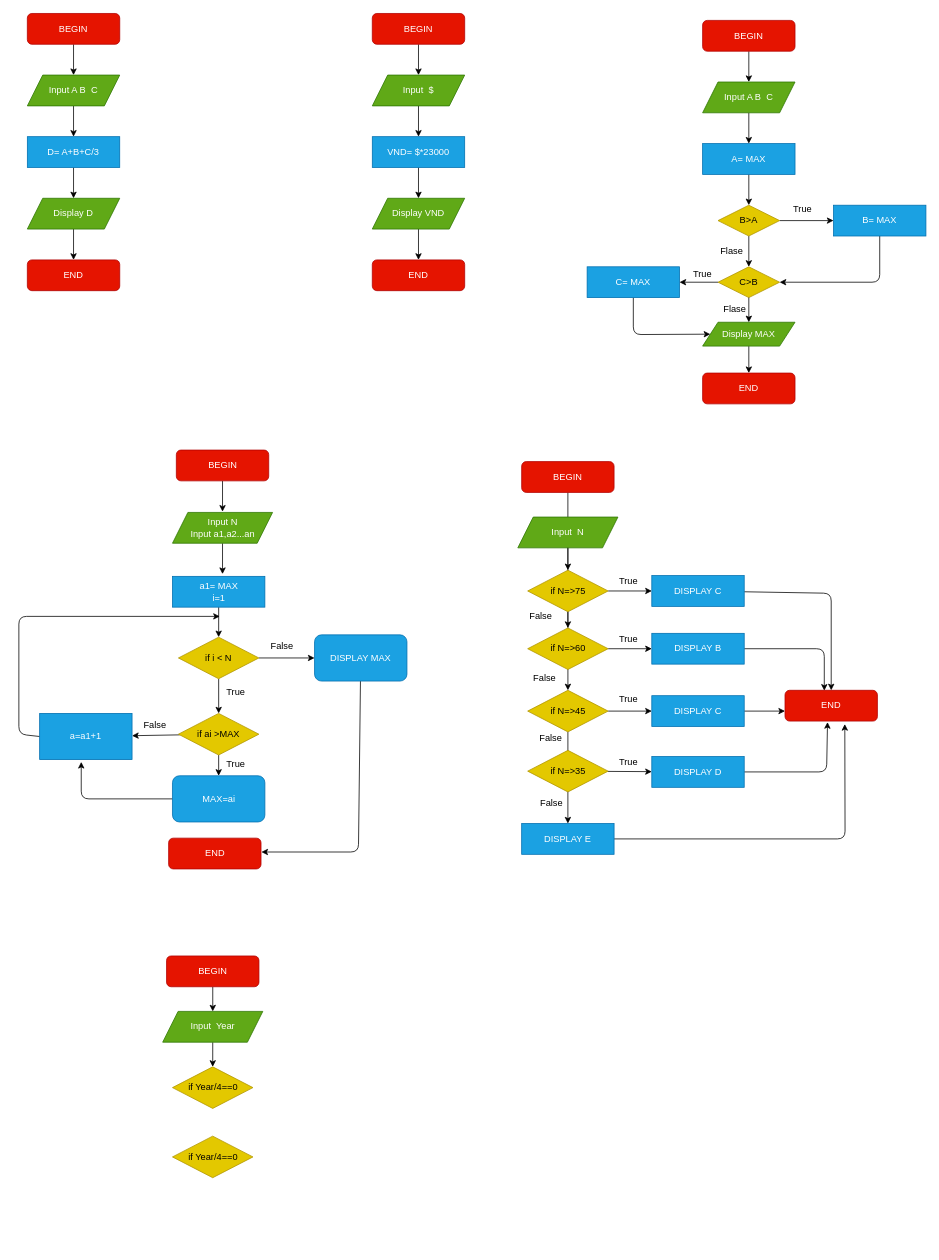
The draw.io diagram convert.dio in HoangTB/Web-Front-end-Fundamental, before the edit. Source tidied: cells renumbered, new cells numbered last; positions are measured from the earlier drawing's top-left corner, leaving out a move shared by most shapes. Both pictures are drawn from the tidied source at 77%, with x=0, y=0 at pixel (18, 13).
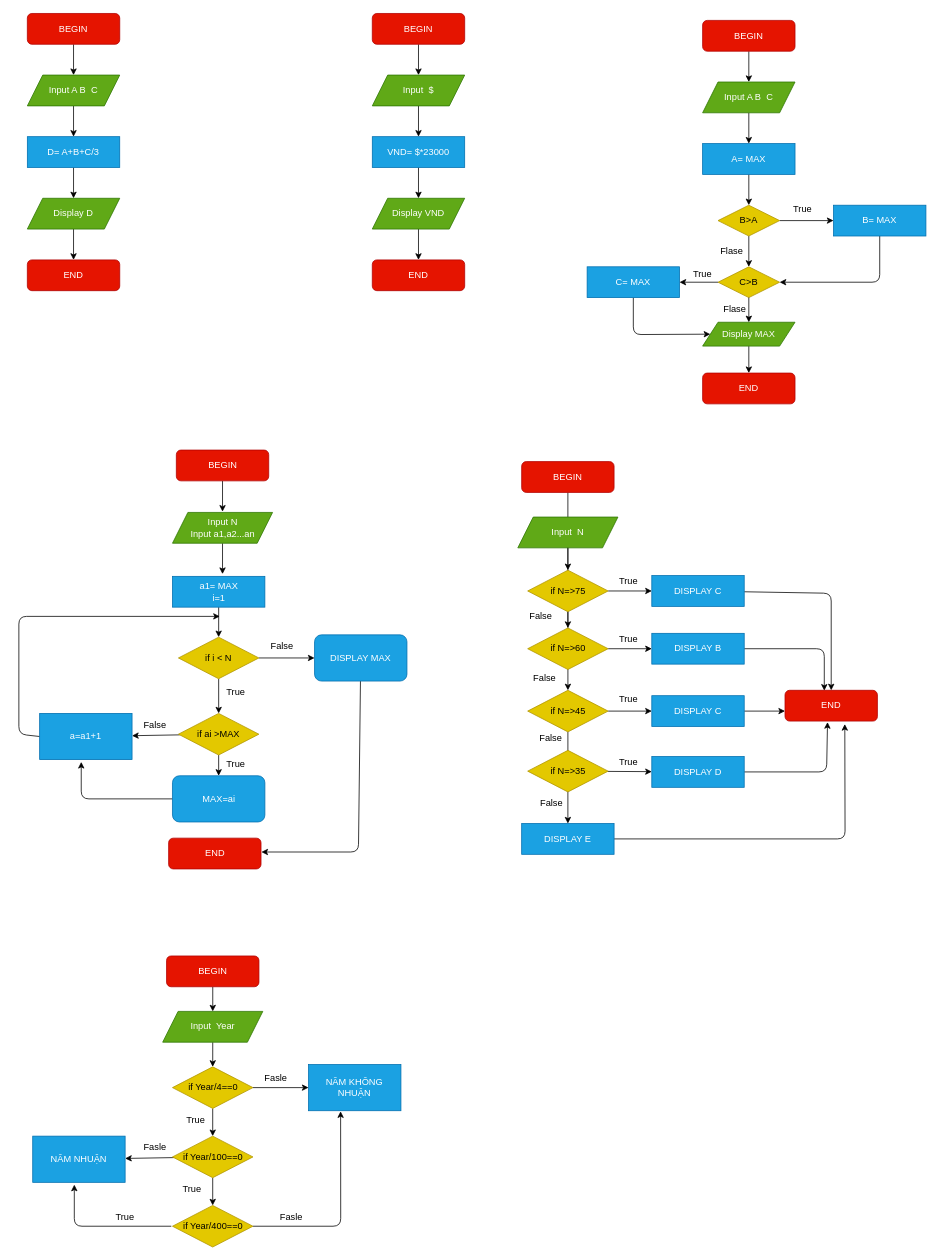
The same diagram, later.

Unchanged cells that the change refers to:
```xml
<mxCell id="103" value="if Year/4==0" style="rhombus;whiteSpace=wrap;html=1;strokeColor=#B09500;fillColor=#e3c800;fontColor=#000000;" parent="1" vertex="1">
  <mxGeometry x="199.5" y="1368" width="104.5" height="54" as="geometry" />
</mxCell>
```

What changed in the source:
```diff
@@
+    <mxCell id="105" style="edgeStyle=none;html=1;" parent="1" edge="1" source="103" target="109">
+      <mxGeometry relative="1" as="geometry" />
+    </mxCell>
+    <mxCell id="106" style="edgeStyle=none;html=1;" parent="1" edge="1" source="103" target="104">
+      <mxGeometry relative="1" as="geometry" />
+    </mxCell>
@@
+    <mxCell id="107" style="edgeStyle=none;html=1;entryX=0.5;entryY=0;entryDx=0;entryDy=0;" parent="1" edge="1" source="104" target="115">
+      <mxGeometry relative="1" as="geometry" />
+    </mxCell>
+    <mxCell id="108" style="edgeStyle=none;html=1;" parent="1" edge="1" source="104" target="112">
+      <mxGeometry relative="1" as="geometry" />
+    </mxCell>
-    <mxCell id="104" value="if Year/4==0" style="rhombus;whiteSpace=wrap;html=1;strokeColor=#B09500;fillColor=#e3c800;fontColor=#000000;" parent="1" vertex="1">
+    <mxCell id="104" value="if Year/100==0" style="rhombus;whiteSpace=wrap;html=1;strokeColor=#B09500;fillColor=#e3c800;fontColor=#000000;" parent="1" vertex="1">
       <mxGeometry x="199.5" y="1458" width="104.5" height="54" as="geometry" />
     </mxCell>
+    <mxCell id="109" value="NĂM KHÔNG NHUẬN" style="whiteSpace=wrap;html=1;fillColor=#1ba1e2;strokeColor=#006EAF;fontColor=#ffffff;" parent="1" vertex="1">
+      <mxGeometry x="376.2" y="1365" width="120" height="60" as="geometry" />
+    </mxCell>
+    <mxCell id="110" value="Fasle" style="text;html=1;strokeColor=none;fillColor=none;align=center;verticalAlign=middle;whiteSpace=wrap;rounded=0;" parent="1" vertex="1">
+      <mxGeometry x="304" y="1368" width="60" height="30" as="geometry" />
+    </mxCell>
+    <mxCell id="111" value="True" style="text;html=1;strokeColor=none;fillColor=none;align=center;verticalAlign=middle;whiteSpace=wrap;rounded=0;" parent="1" vertex="1">
+      <mxGeometry x="194.5" y="1512" width="60" height="30" as="geometry" />
+    </mxCell>
+    <mxCell id="112" value="NĂM NHUẬN" style="whiteSpace=wrap;html=1;fillColor=#1ba1e2;strokeColor=#006EAF;fontColor=#ffffff;" parent="1" vertex="1">
+      <mxGeometry x="18" y="1458" width="120" height="60" as="geometry" />
+    </mxCell>
+    <mxCell id="113" value="Fasle" style="text;html=1;strokeColor=none;fillColor=none;align=center;verticalAlign=middle;whiteSpace=wrap;rounded=0;" parent="1" vertex="1">
+      <mxGeometry x="147" y="1458" width="60" height="30" as="geometry" />
+    </mxCell>
+    <mxCell id="114" style="edgeStyle=none;html=1;exitX=1;exitY=0.5;exitDx=0;exitDy=0;entryX=0.347;entryY=1.012;entryDx=0;entryDy=0;entryPerimeter=0;" parent="1" edge="1" source="115" target="109">
+      <mxGeometry relative="1" as="geometry">
+        <Array as="points">
+          <mxPoint x="418" y="1575" />
+        </Array>
+      </mxGeometry>
+    </mxCell>
+    <mxCell id="115" value="if Year/400==0" style="rhombus;whiteSpace=wrap;html=1;strokeColor=#B09500;fillColor=#e3c800;fontColor=#000000;" parent="1" vertex="1">
+      <mxGeometry x="199.5" y="1548" width="104.5" height="54" as="geometry" />
+    </mxCell>
+    <mxCell id="116" style="edgeStyle=none;html=1;" parent="1" edge="1">
+      <mxGeometry relative="1" as="geometry">
+        <mxPoint x="198" y="1575" as="sourcePoint" />
+        <mxPoint x="72" y="1521" as="targetPoint" />
+        <Array as="points">
+          <mxPoint x="72" y="1575" />
+        </Array>
+      </mxGeometry>
+    </mxCell>
+    <mxCell id="117" value="True" style="text;html=1;strokeColor=none;fillColor=none;align=center;verticalAlign=middle;whiteSpace=wrap;rounded=0;" parent="1" vertex="1">
+      <mxGeometry x="108" y="1548" width="60" height="30" as="geometry" />
+    </mxCell>
+    <mxCell id="118" value="Fasle" style="text;html=1;strokeColor=none;fillColor=none;align=center;verticalAlign=middle;whiteSpace=wrap;rounded=0;" parent="1" vertex="1">
+      <mxGeometry x="324" y="1548" width="60" height="30" as="geometry" />
+    </mxCell>
+    <mxCell id="119" value="True" style="text;html=1;strokeColor=none;fillColor=none;align=center;verticalAlign=middle;whiteSpace=wrap;rounded=0;" parent="1" vertex="1">
+      <mxGeometry x="199.5" y="1422" width="60" height="30" as="geometry" />
+    </mxCell>
```
